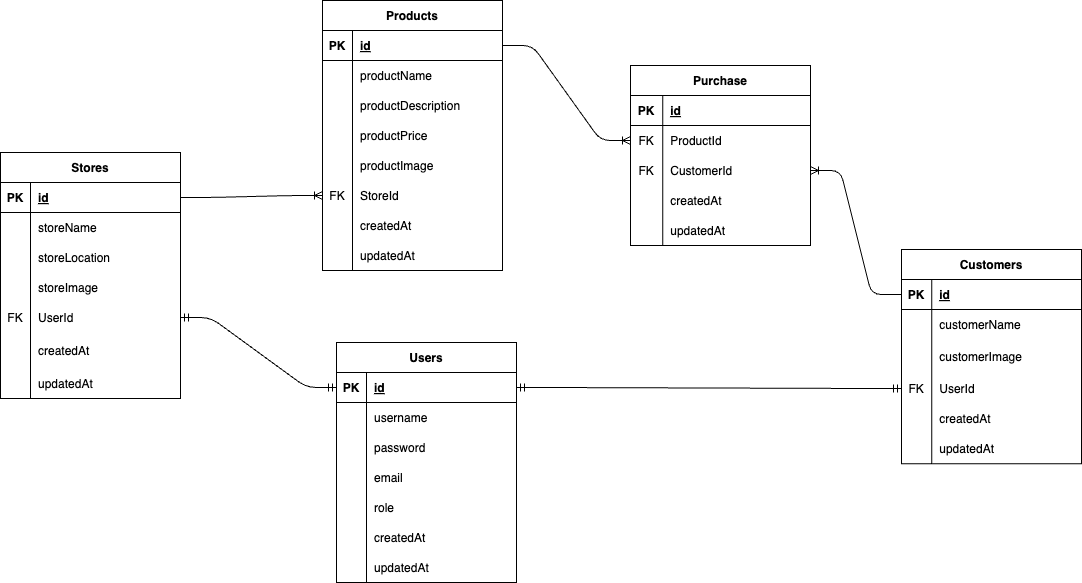
Oki-B/ListeNow-eCommerce keeps this draw.io diagram as ERD/schema.drawio.png. Above is the earlier version. Source tidied: cells renumbered, new cells last; positions are measured from the earlier drawing's top-left corner, leaving out a move shared by most shapes.
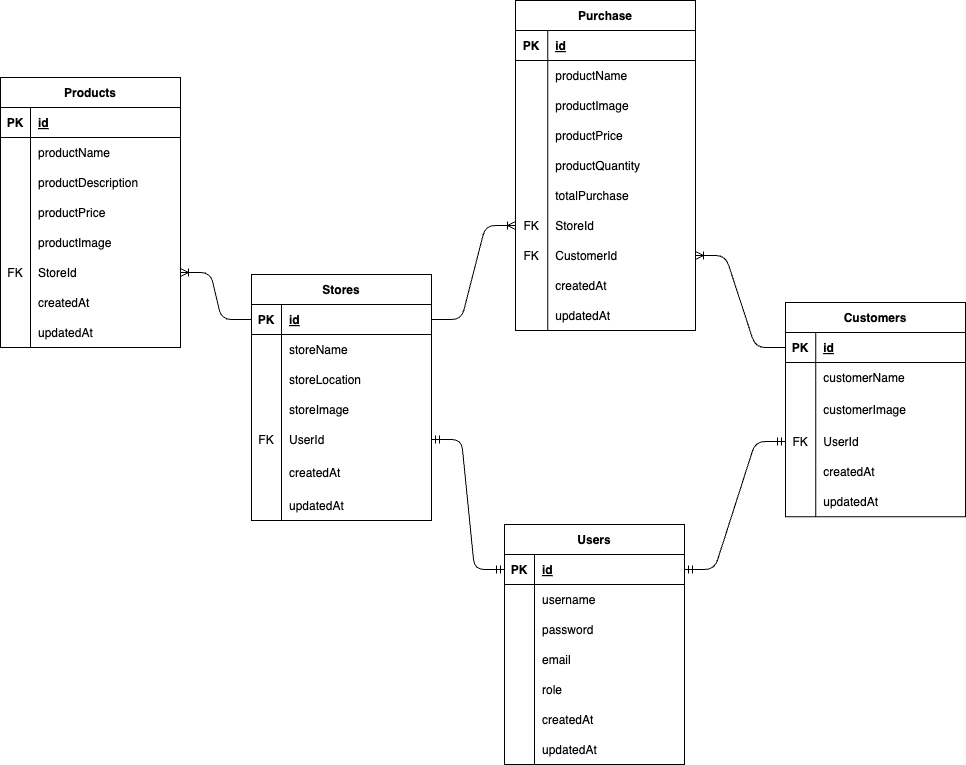
Above is the later version.

The edit, as a diff of the source:
```diff
@@ -3,7 +3,7 @@
     <mxCell id="0" />
     <mxCell id="1" parent="0" />
     <mxCell id="2" value="Customers" style="shape=table;startSize=30;rowLines=0;fontStyle=1;align=center;" parent="1" vertex="1">
-      <mxGeometry x="901" y="249" width="180" height="214.2" as="geometry" />
+      <mxGeometry x="642" y="232" width="180" height="214.2" as="geometry" />
     </mxCell>
     <mxCell id="3" style="shape=tableRow;horizontal=0;startSize=0;swimlaneHead=0;swimlaneBody=0;fillColor=none;points=[[0,0.5],[1,0.5]];portConstraint=eastwest;top=0;left=0;right=0;bottom=1;" parent="2" vertex="1">
       <mxGeometry y="30" width="180" height="30" as="geometry" />
@@ -60,7 +60,7 @@
       <mxGeometry x="30.2" width="149.8" height="30" as="geometry" />
     </mxCell>
     <mxCell id="21" value="Products" style="shape=table;startSize=30;rowLines=0;fontStyle=1;align=center;" parent="1" vertex="1">
-      <mxGeometry x="322" width="180" height="270" as="geometry" />
+      <mxGeometry x="-143" y="7" width="180" height="270" as="geometry" />
     </mxCell>
     <mxCell id="22" style="shape=tableRow;horizontal=0;startSize=0;swimlaneHead=0;swimlaneBody=0;fillColor=none;points=[[0,0.5],[1,0.5]];portConstraint=eastwest;top=0;left=0;right=0;bottom=1;" parent="21" vertex="1">
       <mxGeometry y="30" width="180" height="30" as="geometry" />
@@ -135,7 +135,7 @@
       <mxGeometry x="30" width="150" height="30" as="geometry" />
     </mxCell>
     <mxCell id="46" value="Stores" style="shape=table;startSize=30;rowLines=0;fontStyle=1;align=center;" parent="1" vertex="1">
-      <mxGeometry y="152" width="180" height="246" as="geometry" />
+      <mxGeometry x="108" y="204" width="180" height="246" as="geometry" />
     </mxCell>
     <mxCell id="47" style="shape=tableRow;horizontal=0;startSize=0;swimlaneHead=0;swimlaneBody=0;fillColor=none;points=[[0,0.5],[1,0.5]];portConstraint=eastwest;top=0;left=0;right=0;bottom=1;" parent="46" vertex="1">
       <mxGeometry y="30" width="180" height="30" as="geometry" />
@@ -201,7 +201,7 @@
       <mxGeometry x="30" width="150" height="30" as="geometry" />
     </mxCell>
     <mxCell id="68" value="Users" style="shape=table;startSize=30;rowLines=0;fontStyle=1;align=center;" parent="1" vertex="1">
-      <mxGeometry x="336" y="342" width="180" height="240" as="geometry" />
+      <mxGeometry x="361" y="454" width="180" height="240" as="geometry" />
     </mxCell>
     <mxCell id="69" style="shape=tableRow;horizontal=0;startSize=0;swimlaneHead=0;swimlaneBody=0;fillColor=none;points=[[0,0.5],[1,0.5]];portConstraint=eastwest;top=0;left=0;right=0;bottom=1;" parent="68" vertex="1">
       <mxGeometry y="30" width="180" height="30" as="geometry" />
@@ -267,7 +267,7 @@
       <mxGeometry x="30" width="150" height="30" as="geometry" />
     </mxCell>
     <mxCell id="90" value="Purchase" style="shape=table;startSize=30;rowLines=0;fontStyle=1;align=center;" parent="1" vertex="1">
-      <mxGeometry x="630" y="65" width="180" height="180" as="geometry" />
+      <mxGeometry x="372" y="-70" width="180" height="330" as="geometry" />
     </mxCell>
     <mxCell id="91" style="shape=tableRow;horizontal=0;startSize=0;swimlaneHead=0;swimlaneBody=0;fillColor=none;top=0;left=0;right=0;bottom=1;" parent="90" vertex="1">
       <mxGeometry y="30" width="180" height="30" as="geometry" />
@@ -281,14 +281,59 @@
     <mxCell id="94" style="shape=tableRow;horizontal=0;startSize=0;swimlaneHead=0;swimlaneBody=0;fillColor=none;points=[[0,0.5],[1,0.5]];portConstraint=eastwest;top=0;left=0;right=0;bottom=0;" parent="90" vertex="1">
       <mxGeometry y="60" width="180" height="30" as="geometry" />
     </mxCell>
-    <mxCell id="95" value="FK" style="shape=partialRectangle;fillColor=none;top=0;left=0;bottom=0;right=0;overflow=hidden;" parent="94" vertex="1">
+    <mxCell id="95" style="shape=partialRectangle;fillColor=none;top=0;left=0;bottom=0;right=0;overflow=hidden;" parent="94" vertex="1">
       <mxGeometry width="32.2" height="30" as="geometry" />
     </mxCell>
-    <mxCell id="96" value="ProductId" style="shape=partialRectangle;fillColor=none;top=0;left=0;bottom=0;right=0;align=left;spacingLeft=6;overflow=hidden;" parent="94" vertex="1">
+    <mxCell id="96" value="productName" style="shape=partialRectangle;fillColor=none;top=0;left=0;bottom=0;right=0;align=left;spacingLeft=6;overflow=hidden;" parent="94" vertex="1">
       <mxGeometry x="32.2" width="147.8" height="30" as="geometry" />
     </mxCell>
+    <mxCell id="111" style="shape=tableRow;horizontal=0;startSize=0;swimlaneHead=0;swimlaneBody=0;fillColor=none;top=0;left=0;right=0;bottom=0;" parent="90" vertex="1">
+      <mxGeometry y="90" width="180" height="30" as="geometry" />
+    </mxCell>
+    <mxCell id="112" style="shape=partialRectangle;fillColor=none;top=0;left=0;bottom=0;right=0;overflow=hidden;" parent="111" vertex="1">
+      <mxGeometry width="32.2" height="30" as="geometry" />
+    </mxCell>
+    <mxCell id="113" value="productImage" style="shape=partialRectangle;fillColor=none;top=0;left=0;bottom=0;right=0;align=left;spacingLeft=6;overflow=hidden;" parent="111" vertex="1">
+      <mxGeometry x="32.2" width="147.8" height="30" as="geometry" />
+    </mxCell>
+    <mxCell id="114" style="shape=tableRow;horizontal=0;startSize=0;swimlaneHead=0;swimlaneBody=0;fillColor=none;top=0;left=0;right=0;bottom=0;" parent="90" vertex="1">
+      <mxGeometry y="120" width="180" height="30" as="geometry" />
+    </mxCell>
+    <mxCell id="115" style="shape=partialRectangle;fillColor=none;top=0;left=0;bottom=0;right=0;overflow=hidden;" parent="114" vertex="1">
+      <mxGeometry width="32.2" height="30" as="geometry" />
+    </mxCell>
+    <mxCell id="116" value="productPrice" style="shape=partialRectangle;fillColor=none;top=0;left=0;bottom=0;right=0;align=left;spacingLeft=6;overflow=hidden;" parent="114" vertex="1">
+      <mxGeometry x="32.2" width="147.8" height="30" as="geometry" />
+    </mxCell>
+    <mxCell id="117" style="shape=tableRow;horizontal=0;startSize=0;swimlaneHead=0;swimlaneBody=0;fillColor=none;top=0;left=0;right=0;bottom=0;" parent="90" vertex="1">
+      <mxGeometry y="150" width="180" height="30" as="geometry" />
+    </mxCell>
+    <mxCell id="118" style="shape=partialRectangle;fillColor=none;top=0;left=0;bottom=0;right=0;overflow=hidden;" parent="117" vertex="1">
+      <mxGeometry width="32.2" height="30" as="geometry" />
+    </mxCell>
+    <mxCell id="119" value="productQuantity" style="shape=partialRectangle;fillColor=none;top=0;left=0;bottom=0;right=0;align=left;spacingLeft=6;overflow=hidden;" parent="117" vertex="1">
+      <mxGeometry x="32.2" width="147.8" height="30" as="geometry" />
+    </mxCell>
+    <mxCell id="120" style="shape=tableRow;horizontal=0;startSize=0;swimlaneHead=0;swimlaneBody=0;fillColor=none;top=0;left=0;right=0;bottom=0;" parent="90" vertex="1">
+      <mxGeometry y="180" width="180" height="30" as="geometry" />
+    </mxCell>
+    <mxCell id="121" style="shape=partialRectangle;fillColor=none;top=0;left=0;bottom=0;right=0;overflow=hidden;" parent="120" vertex="1">
+      <mxGeometry width="32.2" height="30" as="geometry" />
+    </mxCell>
+    <mxCell id="122" value="totalPurchase" style="shape=partialRectangle;fillColor=none;top=0;left=0;bottom=0;right=0;align=left;spacingLeft=6;overflow=hidden;" parent="120" vertex="1">
+      <mxGeometry x="32.2" width="147.8" height="30" as="geometry" />
+    </mxCell>
+    <mxCell id="123" style="shape=tableRow;horizontal=0;startSize=0;swimlaneHead=0;swimlaneBody=0;fillColor=none;points=[[0,0.5],[1,0.5]];portConstraint=eastwest;top=0;left=0;right=0;bottom=0;" parent="90" vertex="1">
+      <mxGeometry y="210" width="180" height="30" as="geometry" />
+    </mxCell>
+    <mxCell id="124" value="FK" style="shape=partialRectangle;fillColor=none;top=0;left=0;bottom=0;right=0;overflow=hidden;" parent="123" vertex="1">
+      <mxGeometry width="32.2" height="30" as="geometry" />
+    </mxCell>
+    <mxCell id="125" value="StoreId" style="shape=partialRectangle;fillColor=none;top=0;left=0;bottom=0;right=0;align=left;spacingLeft=6;overflow=hidden;" parent="123" vertex="1">
+      <mxGeometry x="32.2" width="147.8" height="30" as="geometry" />
+    </mxCell>
     <mxCell id="97" style="shape=tableRow;horizontal=0;startSize=0;swimlaneHead=0;swimlaneBody=0;fillColor=none;points=[[0,0.5],[1,0.5]];portConstraint=eastwest;top=0;left=0;right=0;bottom=0;" parent="90" vertex="1">
-      <mxGeometry y="90" width="180" height="30" as="geometry" />
+      <mxGeometry y="240" width="180" height="30" as="geometry" />
     </mxCell>
     <mxCell id="98" value="FK" style="shape=partialRectangle;fillColor=none;top=0;left=0;bottom=0;right=0;overflow=hidden;" parent="97" vertex="1">
       <mxGeometry width="32.2" height="30" as="geometry" />
@@ -297,7 +342,7 @@
       <mxGeometry x="32.2" width="147.8" height="30" as="geometry" />
     </mxCell>
     <mxCell id="100" style="shape=tableRow;horizontal=0;startSize=0;swimlaneHead=0;swimlaneBody=0;fillColor=none;top=0;left=0;right=0;bottom=0;" parent="90" vertex="1">
-      <mxGeometry y="120" width="180" height="30" as="geometry" />
+      <mxGeometry y="270" width="180" height="30" as="geometry" />
     </mxCell>
     <mxCell id="101" style="shape=partialRectangle;fillColor=none;top=0;left=0;bottom=0;right=0;overflow=hidden;" parent="100" vertex="1">
       <mxGeometry width="32.2" height="30" as="geometry" />
@@ -306,7 +351,7 @@
       <mxGeometry x="32.2" width="147.8" height="30" as="geometry" />
     </mxCell>
     <mxCell id="103" style="shape=tableRow;horizontal=0;startSize=0;swimlaneHead=0;swimlaneBody=0;fillColor=none;top=0;left=0;right=0;bottom=0;" parent="90" vertex="1">
-      <mxGeometry y="150" width="180" height="30" as="geometry" />
+      <mxGeometry y="300" width="180" height="30" as="geometry" />
     </mxCell>
     <mxCell id="104" style="shape=partialRectangle;fillColor=none;top=0;left=0;bottom=0;right=0;overflow=hidden;" parent="103" vertex="1">
       <mxGeometry width="32.2" height="30" as="geometry" />
@@ -317,10 +362,10 @@
     <mxCell id="106" style="edgeStyle=entityRelationEdgeStyle;fontSize=12;html=1;endArrow=ERoneToMany;exitX=0;exitY=0.5;exitDx=0;exitDy=0;" parent="1" edge="1" source="3" target="97">
       <mxGeometry relative="1" as="geometry" />
     </mxCell>
-    <mxCell id="107" style="edgeStyle=entityRelationEdgeStyle;fontSize=12;html=1;endArrow=ERoneToMany;entryX=0;entryY=0.5;entryDx=0;entryDy=0;exitX=1;exitY=0.5;exitDx=0;exitDy=0;" parent="1" edge="1" source="22" target="94">
+    <mxCell id="107" style="edgeStyle=entityRelationEdgeStyle;fontSize=12;html=1;endArrow=ERoneToMany;entryX=0;entryY=0.5;entryDx=0;entryDy=0;exitX=1;exitY=0.5;exitDx=0;exitDy=0;" parent="1" edge="1" source="47" target="123">
       <mxGeometry relative="1" as="geometry" />
     </mxCell>
-    <mxCell id="108" style="edgeStyle=entityRelationEdgeStyle;fontSize=12;html=1;endArrow=ERoneToMany;exitX=1;exitY=0.5;exitDx=0;exitDy=0;entryX=0;entryY=0.5;entryDx=0;entryDy=0;" parent="1" edge="1" source="47" target="37">
+    <mxCell id="108" style="edgeStyle=entityRelationEdgeStyle;fontSize=12;html=1;endArrow=ERoneToMany;exitX=0;exitY=0.5;exitDx=0;exitDy=0;entryX=1;entryY=0.5;entryDx=0;entryDy=0;" parent="1" edge="1" source="47" target="37">
       <mxGeometry relative="1" as="geometry" />
     </mxCell>
     <mxCell id="109" style="edgeStyle=entityRelationEdgeStyle;fontSize=12;html=1;endArrow=ERmandOne;startArrow=ERmandOne;" parent="1" edge="1" source="12" target="69">
```
